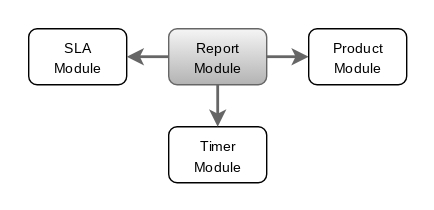
Before: planning/system-architecture/images/report-module-dependency-diagram.drawio.svg, a diagram exported from draw.io (brisahelpdesk/brisahelpdesk.github.io). Source tidied: cells renumbered, new cells last; positions are measured from the earlier drawing's top-left corner, leaving out a move shared by most shapes.
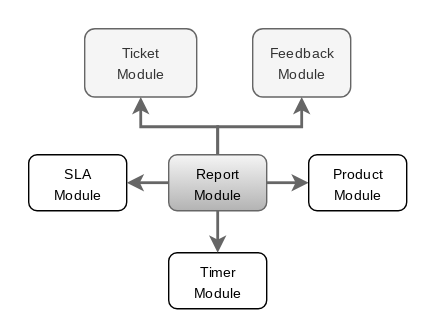
The same file after the commit.

Change to the diagram source:
```diff
@@ -2,44 +2,66 @@
   <root>
     <mxCell id="0" />
     <mxCell id="1" parent="0" />
-    <mxCell id="2" style="rounded=1;whiteSpace=wrap;html=1;fillColor=none;strokeColor=none;" parent="1" vertex="1">
-      <mxGeometry width="310" height="150" as="geometry" />
+    <mxCell id="2" style="edgeStyle=orthogonalEdgeStyle;rounded=0;jettySize=auto;html=1;strokeColor=#666666;strokeWidth=2;" parent="1" edge="1" source="10" target="13">
+      <mxGeometry relative="1" as="geometry">
+        <Array as="points">
+          <mxPoint x="175" y="110" />
+          <mxPoint x="235" y="110" />
+        </Array>
+      </mxGeometry>
     </mxCell>
-    <mxCell id="3" value="&lt;span style=&quot;font-size: 10px;&quot;&gt;SLA&lt;br&gt;Module&lt;/span&gt;" style="rounded=1;whiteSpace=wrap;html=1;fontFamily=Roboto;fontSource=https%3A%2F%2Ffonts.googleapis.com%2Fcss%3Ffamily%3DRoboto;" parent="1" vertex="1">
-      <mxGeometry x="20" y="20" width="70" height="40" as="geometry" />
+    <mxCell id="3" style="rounded=1;whiteSpace=wrap;html=1;fillColor=none;strokeColor=none;" parent="1" vertex="1">
+      <mxGeometry x="20" y="20" width="310" height="240" as="geometry" />
     </mxCell>
-    <mxCell id="4" value="&lt;span style=&quot;font-size: 10px;&quot;&gt;Timer&lt;br&gt;Module&lt;/span&gt;" style="rounded=1;whiteSpace=wrap;html=1;fontFamily=Roboto;fontSource=https%3A%2F%2Ffonts.googleapis.com%2Fcss%3Ffamily%3DRoboto;" parent="1" vertex="1">
-      <mxGeometry x="120" y="90" width="70" height="40" as="geometry" />
+    <mxCell id="4" value="&lt;span style=&quot;font-size: 10px;&quot;&gt;SLA&lt;br&gt;Module&lt;/span&gt;" style="rounded=1;whiteSpace=wrap;html=1;fontFamily=Roboto;fontSource=https%3A%2F%2Ffonts.googleapis.com%2Fcss%3Ffamily%3DRoboto;" parent="1" vertex="1">
+      <mxGeometry x="40" y="130" width="70" height="40" as="geometry" />
     </mxCell>
-    <mxCell id="5" style="edgeStyle=orthogonalEdgeStyle;rounded=0;jettySize=auto;html=1;fillColor=#f5f5f5;strokeColor=#666666;strokeWidth=2;gradientColor=#b3b3b3;" parent="1" edge="1" source="8" target="3">
-      <mxGeometry relative="1" as="geometry">
-        <Array as="points">
-          <mxPoint x="140" y="40" />
-          <mxPoint x="140" y="40" />
-        </Array>
-      </mxGeometry>
+    <mxCell id="5" value="&lt;span style=&quot;font-size: 10px;&quot;&gt;Timer&lt;br&gt;Module&lt;/span&gt;" style="rounded=1;whiteSpace=wrap;html=1;fontFamily=Roboto;fontSource=https%3A%2F%2Ffonts.googleapis.com%2Fcss%3Ffamily%3DRoboto;" parent="1" vertex="1">
+      <mxGeometry x="140" y="200" width="70" height="40" as="geometry" />
     </mxCell>
-    <mxCell id="6" style="edgeStyle=orthogonalEdgeStyle;rounded=0;jettySize=auto;html=1;fillColor=#f5f5f5;strokeColor=#666666;strokeWidth=2;gradientColor=#b3b3b3;" parent="1" edge="1" source="8" target="4">
+    <mxCell id="6" style="edgeStyle=orthogonalEdgeStyle;rounded=0;jettySize=auto;html=1;fillColor=#f5f5f5;strokeColor=#666666;strokeWidth=2;gradientColor=#b3b3b3;" parent="1" edge="1" source="10" target="4">
       <mxGeometry relative="1" as="geometry">
         <Array as="points">
-          <mxPoint x="155" y="130" />
-          <mxPoint x="155" y="130" />
+          <mxPoint x="160" y="150" />
+          <mxPoint x="160" y="150" />
         </Array>
       </mxGeometry>
     </mxCell>
-    <mxCell id="7" style="edgeStyle=orthogonalEdgeStyle;rounded=0;jettySize=auto;html=1;fillColor=#f5f5f5;gradientColor=#b3b3b3;strokeColor=#666666;strokeWidth=2;" parent="1" edge="1" source="8" target="9">
+    <mxCell id="7" style="edgeStyle=orthogonalEdgeStyle;rounded=0;jettySize=auto;html=1;fillColor=#f5f5f5;strokeColor=#666666;strokeWidth=2;gradientColor=#b3b3b3;" parent="1" edge="1" source="10" target="5">
       <mxGeometry relative="1" as="geometry">
         <Array as="points">
-          <mxPoint x="250" y="40" />
-          <mxPoint x="250" y="40" />
+          <mxPoint x="175" y="240" />
+          <mxPoint x="175" y="240" />
         </Array>
       </mxGeometry>
     </mxCell>
-    <mxCell id="8" value="&lt;span style=&quot;font-size: 10px;&quot;&gt;Report&lt;br&gt;Module&lt;/span&gt;" style="rounded=1;whiteSpace=wrap;html=1;strokeColor=#666666;fillColor=#f5f5f5;fontFamily=Roboto;fontSource=https%3A%2F%2Ffonts.googleapis.com%2Fcss%3Ffamily%3DRoboto;gradientColor=#b3b3b3;" parent="1" vertex="1">
-      <mxGeometry x="120" y="20" width="70" height="40" as="geometry" />
+    <mxCell id="8" style="edgeStyle=orthogonalEdgeStyle;rounded=0;jettySize=auto;html=1;fillColor=#f5f5f5;gradientColor=#b3b3b3;strokeColor=#666666;strokeWidth=2;" parent="1" edge="1" source="10" target="11">
+      <mxGeometry relative="1" as="geometry">
+        <Array as="points">
+          <mxPoint x="270" y="150" />
+          <mxPoint x="270" y="150" />
+        </Array>
+      </mxGeometry>
     </mxCell>
-    <mxCell id="9" value="&lt;span style=&quot;font-size: 10px;&quot;&gt;Product&lt;br&gt;Module&lt;/span&gt;" style="rounded=1;whiteSpace=wrap;html=1;fontFamily=Roboto;fontSource=https%3A%2F%2Ffonts.googleapis.com%2Fcss%3Ffamily%3DRoboto;" parent="1" vertex="1">
-      <mxGeometry x="220" y="20" width="70" height="40" as="geometry" />
+    <mxCell id="9" style="edgeStyle=orthogonalEdgeStyle;rounded=0;jettySize=auto;html=1;strokeColor=#666666;strokeWidth=2;" parent="1" edge="1" source="10" target="12">
+      <mxGeometry relative="1" as="geometry">
+        <Array as="points">
+          <mxPoint x="175" y="110" />
+          <mxPoint x="120" y="110" />
+        </Array>
+      </mxGeometry>
     </mxCell>
+    <mxCell id="10" value="&lt;span style=&quot;font-size: 10px;&quot;&gt;Report&lt;br&gt;Module&lt;/span&gt;" style="rounded=1;whiteSpace=wrap;html=1;strokeColor=#666666;fillColor=#f5f5f5;fontFamily=Roboto;fontSource=https%3A%2F%2Ffonts.googleapis.com%2Fcss%3Ffamily%3DRoboto;gradientColor=#b3b3b3;" parent="1" vertex="1">
+      <mxGeometry x="140" y="130" width="70" height="40" as="geometry" />
+    </mxCell>
+    <mxCell id="11" value="&lt;span style=&quot;font-size: 10px;&quot;&gt;Product&lt;br&gt;Module&lt;/span&gt;" style="rounded=1;whiteSpace=wrap;html=1;fontFamily=Roboto;fontSource=https%3A%2F%2Ffonts.googleapis.com%2Fcss%3Ffamily%3DRoboto;" parent="1" vertex="1">
+      <mxGeometry x="240" y="130" width="70" height="40" as="geometry" />
+    </mxCell>
+    <mxCell id="12" value="&lt;span style=&quot;font-size: 10px;&quot;&gt;Ticket&lt;br&gt;Module&lt;/span&gt;" style="rounded=1;whiteSpace=wrap;html=1;strokeColor=#666666;fillColor=#f5f5f5;fontFamily=Roboto;fontSource=https%3A%2F%2Ffonts.googleapis.com%2Fcss%3Ffamily%3DRoboto;fontColor=#333333;" parent="1" vertex="1">
+      <mxGeometry x="80" y="40" width="80" height="48.8" as="geometry" />
+    </mxCell>
+    <mxCell id="13" value="&lt;span style=&quot;font-size: 10px;&quot;&gt;Feedback&lt;br&gt;Module&lt;/span&gt;" style="rounded=1;whiteSpace=wrap;html=1;strokeColor=#666666;fillColor=#f5f5f5;fontFamily=Roboto;fontSource=https%3A%2F%2Ffonts.googleapis.com%2Fcss%3Ffamily%3DRoboto;fontColor=#333333;" parent="1" vertex="1">
+      <mxGeometry x="200" y="40" width="70" height="48.8" as="geometry" />
+    </mxCell>
   </root>
 </mxGraphModel>
```
